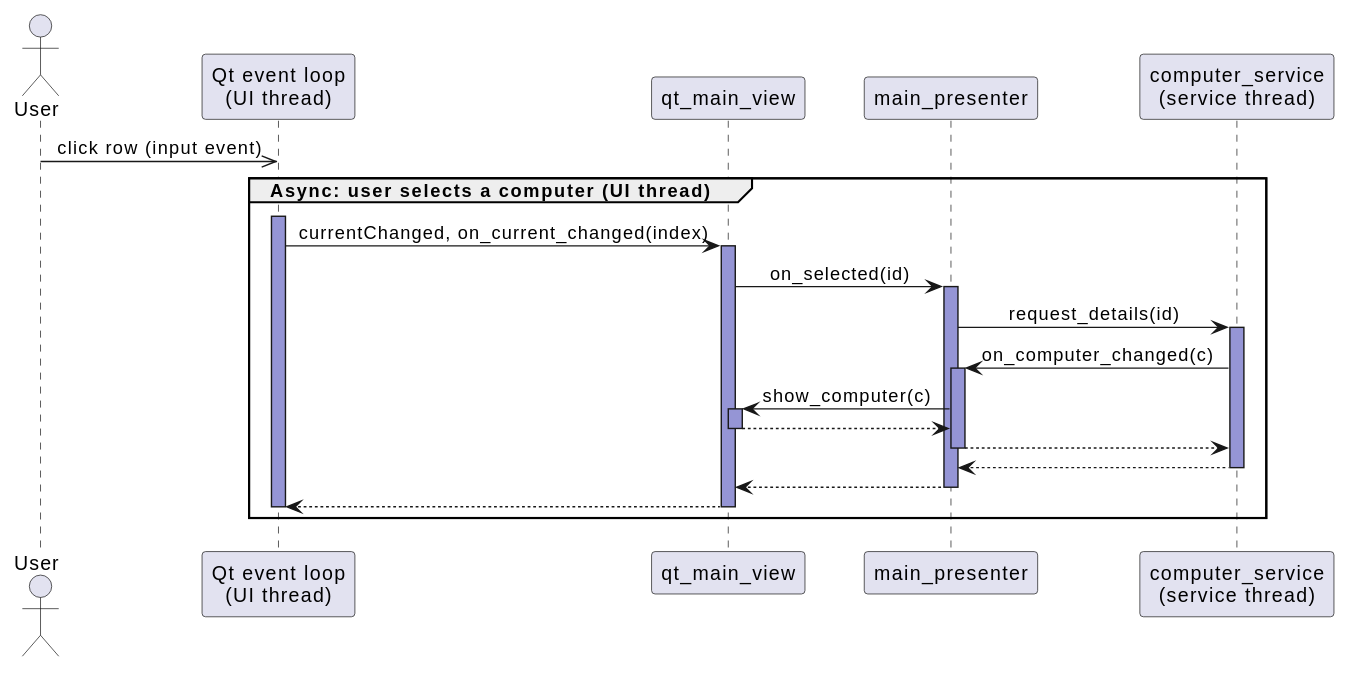
Before: qnx/tools/sdd-monitor/docs/assets/sequence_integration/running_service_computer_selected.svg, a diagram exported from PlantUML (jcurl/code.research). Source of this version:
```plantuml
@startuml
skinparam sequenceMessageAlign center

!define MAIN_COLOUR c9abd2
!define UI_COLOUR 9595d5
!define WORKER_COLOUR f1ddaf

actor "User" as user
participant "Qt event loop\n(UI thread)" as qt
participant "qt_main_view" as view
participant "main_presenter" as pres
participant "computer_service\n(service thread)" as svc

user ->> qt : click row (input event)

group Async: user selects a computer (UI thread)

activate qt #UI_COLOUR

qt -> view ++ #UI_COLOUR : currentChanged, on_current_changed(index)
view -> pres ++ #UI_COLOUR : on_selected(id)
pres -> svc ++ #UI_COLOUR : request_details(id)

svc -> pres ++ #UI_COLOUR : on_computer_changed(c)
pres -> view ++ #UI_COLOUR : show_computer(c)
pres <-- view --
svc <-- pres --

svc --> pres -- :
pres --> view -- :
view --> qt -- :

deactivate qt
@enduml
```
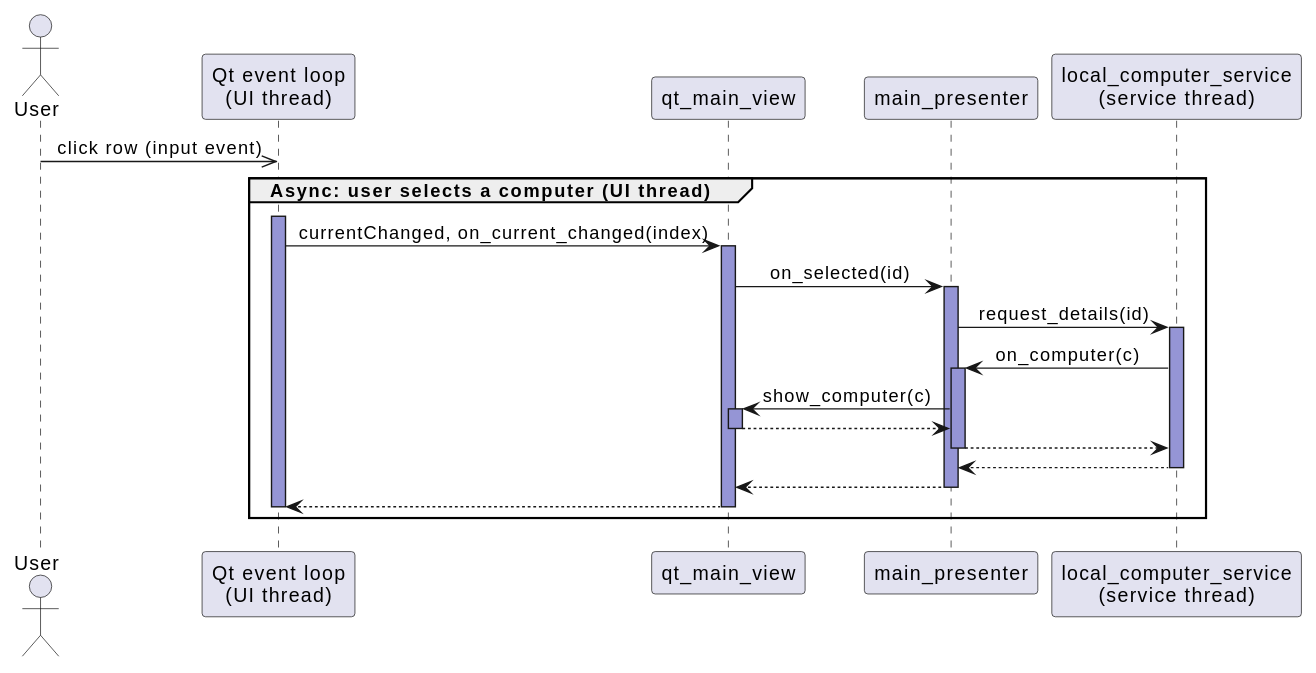
The same diagram one commit later.

The edit, as a diff of the source:
```diff
@@ -9,7 +9,7 @@
 participant "Qt event loop\n(UI thread)" as qt
 participant "qt_main_view" as view
 participant "main_presenter" as pres
-participant "computer_service\n(service thread)" as svc
+participant "local_computer_service\n(service thread)" as svc
 
 user ->> qt : click row (input event)
 
@@ -21,7 +21,7 @@
 view -> pres ++ #UI_COLOUR : on_selected(id)
 pres -> svc ++ #UI_COLOUR : request_details(id)
 
-svc -> pres ++ #UI_COLOUR : on_computer_changed(c)
+svc -> pres ++ #UI_COLOUR : on_computer(c)
 pres -> view ++ #UI_COLOUR : show_computer(c)
 pres <-- view --
 svc <-- pres --
```
